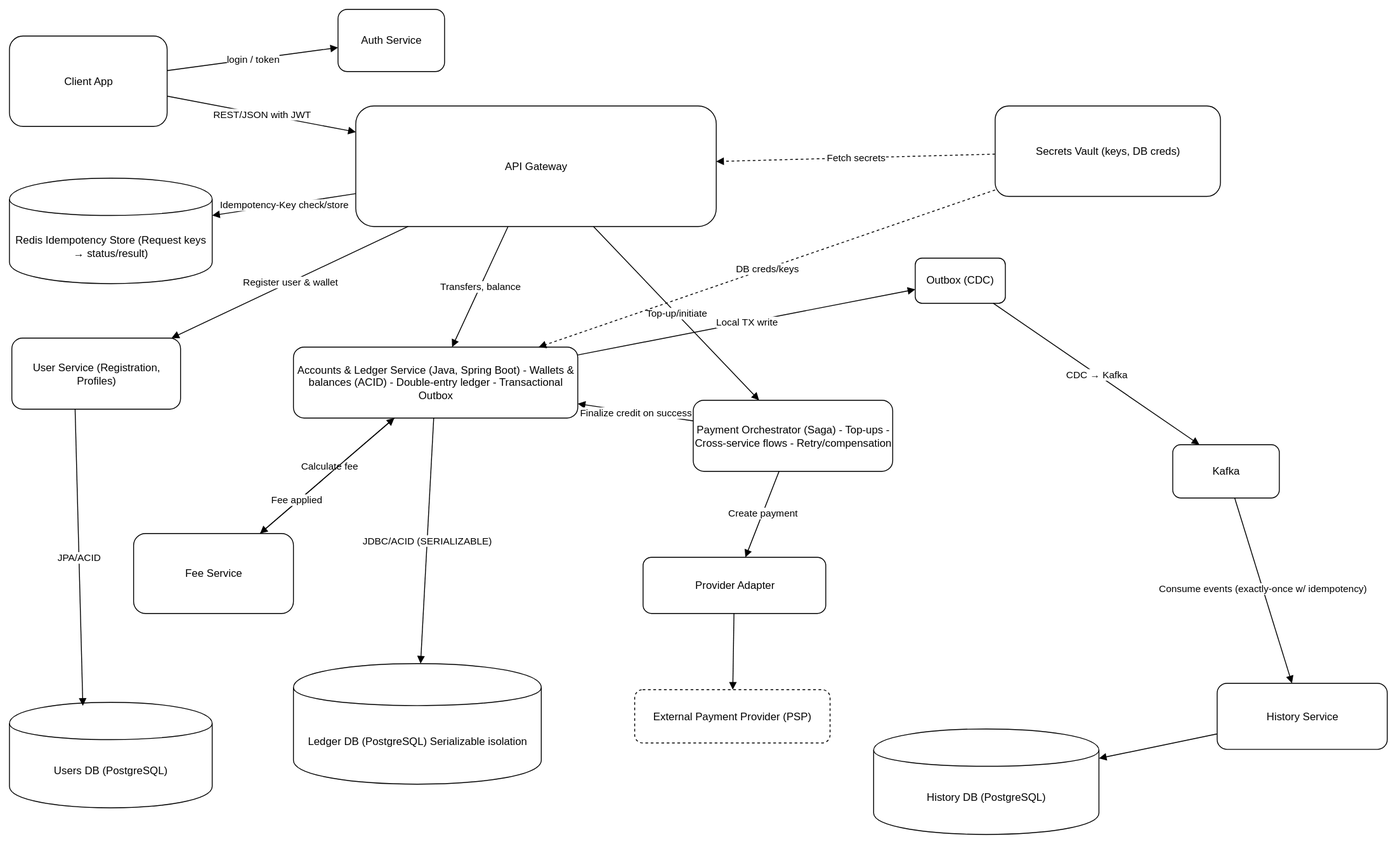
Before: payment-service.drawio.svg, a diagram exported from draw.io (Virusec/payment-system). Source tidied: cells renumbered, new cells last; positions are measured from the earlier drawing's top-left corner, leaving out a move shared by most shapes. The source it was exported from:
```xml
<mxGraphModel>
  <root>
    <mxCell id="0" />
    <mxCell id="1" style="group;rounded=1;dashed=1;arcSize=16;" parent="0" vertex="1">
      <mxGeometry x="40" y="20" width="1573.7" height="950" as="geometry" />
    </mxCell>
    <mxCell id="2" value="Client App" style="rounded=1;whiteSpace=wrap;html=1;" parent="1" vertex="1">
      <mxGeometry x="-30" y="20" width="177.6" height="101.8" as="geometry" />
    </mxCell>
    <mxCell id="3" value="Auth Service" style="rounded=1;whiteSpace=wrap;html=1;" parent="1" vertex="1">
      <mxGeometry x="340" y="-10" width="120" height="70" as="geometry" />
    </mxCell>
    <mxCell id="4" value="API Gateway" style="rounded=1;whiteSpace=wrap;html=1;" parent="1" vertex="1">
      <mxGeometry x="360" y="98.8" width="405.9" height="135.7" as="geometry" />
    </mxCell>
    <mxCell id="5" value="Redis Idempotency Store (Request keys → status/result)" style="shape=cylinder;whiteSpace=wrap;html=1;boundedLbl=1;" parent="1" vertex="1">
      <mxGeometry x="-30" y="180" width="228.3" height="118.8" as="geometry" />
    </mxCell>
    <mxCell id="6" value="User Service (Registration, Profiles)" style="rounded=1;whiteSpace=wrap;html=1;" parent="1" vertex="1">
      <mxGeometry x="-27.3" y="360" width="190" height="80" as="geometry" />
    </mxCell>
    <mxCell id="7" value="Accounts &amp; Ledger Service (Java, Spring Boot) - Wallets &amp; balances (ACID) - Double-entry ledger - Transactional Outbox" style="rounded=1;whiteSpace=wrap;html=1;" parent="1" vertex="1">
      <mxGeometry x="289.8" y="370.2" width="320.2" height="79.8" as="geometry" />
    </mxCell>
    <mxCell id="8" value="History Service" style="rounded=1;whiteSpace=wrap;html=1;" parent="1" vertex="1">
      <mxGeometry x="1330" y="748.6" width="191.6" height="74.4" as="geometry" />
    </mxCell>
    <mxCell id="9" value="Payment Orchestrator (Saga) - Top-ups - Cross-service flows - Retry/compensation" style="rounded=1;whiteSpace=wrap;html=1;" parent="1" vertex="1">
      <mxGeometry x="740" y="430" width="224.6" height="80" as="geometry" />
    </mxCell>
    <mxCell id="10" value="Fee Service" style="rounded=1;whiteSpace=wrap;html=1;" parent="1" vertex="1">
      <mxGeometry x="109.8" y="580" width="180" height="90" as="geometry" />
    </mxCell>
    <mxCell id="11" value="Provider Adapter" style="rounded=1;whiteSpace=wrap;html=1;" parent="1" vertex="1">
      <mxGeometry x="683.5" y="606.8" width="205.7" height="63.2" as="geometry" />
    </mxCell>
    <mxCell id="12" value="External Payment Provider (PSP)" style="dashed=1;rounded=1;whiteSpace=wrap;html=1;" parent="1" vertex="1">
      <mxGeometry x="674.1" y="755.8" width="220" height="60" as="geometry" />
    </mxCell>
    <mxCell id="13" value="Users DB (PostgreSQL)" style="shape=cylinder;whiteSpace=wrap;html=1;boundedLbl=1;" parent="1" vertex="1">
      <mxGeometry x="-30" y="770" width="228.3" height="118.8" as="geometry" />
    </mxCell>
    <mxCell id="14" value="Ledger DB (PostgreSQL) Serializable isolation" style="shape=cylinder;whiteSpace=wrap;html=1;boundedLbl=1;" parent="1" vertex="1">
      <mxGeometry x="289.8" y="726.4" width="279.1" height="135.7" as="geometry" />
    </mxCell>
    <mxCell id="15" value="History DB (PostgreSQL)" style="shape=cylinder;whiteSpace=wrap;html=1;boundedLbl=1;" parent="1" vertex="1">
      <mxGeometry x="943.2" y="800" width="253.7" height="118.8" as="geometry" />
    </mxCell>
    <mxCell id="16" value="Secrets Vault (keys, DB creds)" style="rounded=1;whiteSpace=wrap;html=1;" parent="1" vertex="1">
      <mxGeometry x="1080" y="98.8" width="253.7" height="101.8" as="geometry" />
    </mxCell>
    <mxCell id="17" value="Outbox (CDC)" style="rounded=1;whiteSpace=wrap;html=1;" parent="1" vertex="1">
      <mxGeometry x="990" y="270" width="101.5" height="50.9" as="geometry" />
    </mxCell>
    <mxCell id="18" value="login / token" style="endArrow=block;endFill=1;html=1;" parent="1" edge="1" source="2" target="3">
      <mxGeometry relative="1" as="geometry" />
    </mxCell>
    <mxCell id="19" value="REST/JSON with JWT" style="endArrow=block;endFill=1;html=1;" parent="1" edge="1" source="2" target="4">
      <mxGeometry relative="1" as="geometry" />
    </mxCell>
    <mxCell id="20" value="Register user &amp; wallet" style="endArrow=block;endFill=1;html=1;" parent="1" edge="1" source="4" target="6">
      <mxGeometry relative="1" as="geometry" />
    </mxCell>
    <mxCell id="21" value="Transfers, balance" style="endArrow=block;endFill=1;html=1;" parent="1" edge="1" source="4" target="7">
      <mxGeometry relative="1" as="geometry" />
    </mxCell>
    <mxCell id="22" value="Top-up/initiate" style="endArrow=block;endFill=1;html=1;" parent="1" edge="1" source="4" target="9">
      <mxGeometry relative="1" as="geometry" />
    </mxCell>
    <mxCell id="23" value="Idempotency-Key check/store" style="endArrow=block;endFill=1;html=1;" parent="1" edge="1" source="4" target="5">
      <mxGeometry relative="1" as="geometry" />
    </mxCell>
    <mxCell id="24" value="JPA/ACID" style="endArrow=block;endFill=1;html=1;exitX=0.375;exitY=1.003;exitDx=0;exitDy=0;exitPerimeter=0;entryX=0.362;entryY=0.033;entryDx=0;entryDy=0;entryPerimeter=0;" parent="1" edge="1" source="6" target="13">
      <mxGeometry relative="1" as="geometry" />
    </mxCell>
    <mxCell id="25" value="JDBC/ACID (SERIALIZABLE)" style="endArrow=block;endFill=1;html=1;" parent="1" edge="1" source="7" target="14">
      <mxGeometry relative="1" as="geometry" />
    </mxCell>
    <mxCell id="26" style="endArrow=block;endFill=1;html=1;" parent="1" edge="1" source="8" target="15">
      <mxGeometry relative="1" as="geometry" />
    </mxCell>
    <mxCell id="27" value="Create payment" style="endArrow=block;endFill=1;html=1;" parent="1" edge="1" source="9" target="11">
      <mxGeometry x="-0.01" relative="1" as="geometry" />
    </mxCell>
    <mxCell id="28" style="endArrow=block;endFill=1;html=1;" parent="1" edge="1" source="11" target="12">
      <mxGeometry relative="1" as="geometry" />
    </mxCell>
    <mxCell id="29" value="Finalize credit on success" style="endArrow=block;endFill=1;html=1;" parent="1" edge="1" source="9" target="7">
      <mxGeometry relative="1" as="geometry" />
    </mxCell>
    <mxCell id="30" value="Calculate fee" style="endArrow=block;endFill=1;html=1;" parent="1" edge="1" source="7" target="10">
      <mxGeometry x="-0.09" y="-7" relative="1" as="geometry" />
    </mxCell>
    <mxCell id="31" value="Fee applied" style="endArrow=block;endFill=1;html=1;" parent="1" edge="1" source="10" target="7">
      <mxGeometry x="-0.44" y="2" relative="1" as="geometry" />
    </mxCell>
    <mxCell id="32" value="Local TX write" style="endArrow=block;endFill=1;html=1;" parent="1" edge="1" source="7" target="17">
      <mxGeometry relative="1" as="geometry" />
    </mxCell>
    <mxCell id="33" value="CDC → Kafka" style="endArrow=block;endFill=1;html=1;entryX=0.25;entryY=0;entryDx=0;entryDy=0;" parent="1" edge="1" source="17" target="37">
      <mxGeometry relative="1" as="geometry" />
    </mxCell>
    <mxCell id="34" value="Consume events (exactly-once w/ idempotency)" style="endArrow=block;endFill=1;html=1;exitX=0.571;exitY=0.935;exitDx=0;exitDy=0;exitPerimeter=0;" parent="1" edge="1" source="37" target="8">
      <mxGeometry relative="1" as="geometry" />
    </mxCell>
    <mxCell id="35" value="Fetch secrets" style="dashed=1;endArrow=block;endFill=1;html=1;" parent="1" edge="1" source="16" target="4">
      <mxGeometry relative="1" as="geometry" />
    </mxCell>
    <mxCell id="36" value="DB creds/keys" style="dashed=1;endArrow=block;endFill=1;html=1;" parent="1" edge="1" source="16" target="7">
      <mxGeometry relative="1" as="geometry" />
    </mxCell>
    <mxCell id="37" value="Kafka" style="rounded=1;whiteSpace=wrap;html=1;" parent="1" vertex="1">
      <mxGeometry x="1280" y="480" width="120" height="60" as="geometry" />
    </mxCell>
  </root>
</mxGraphModel>
```
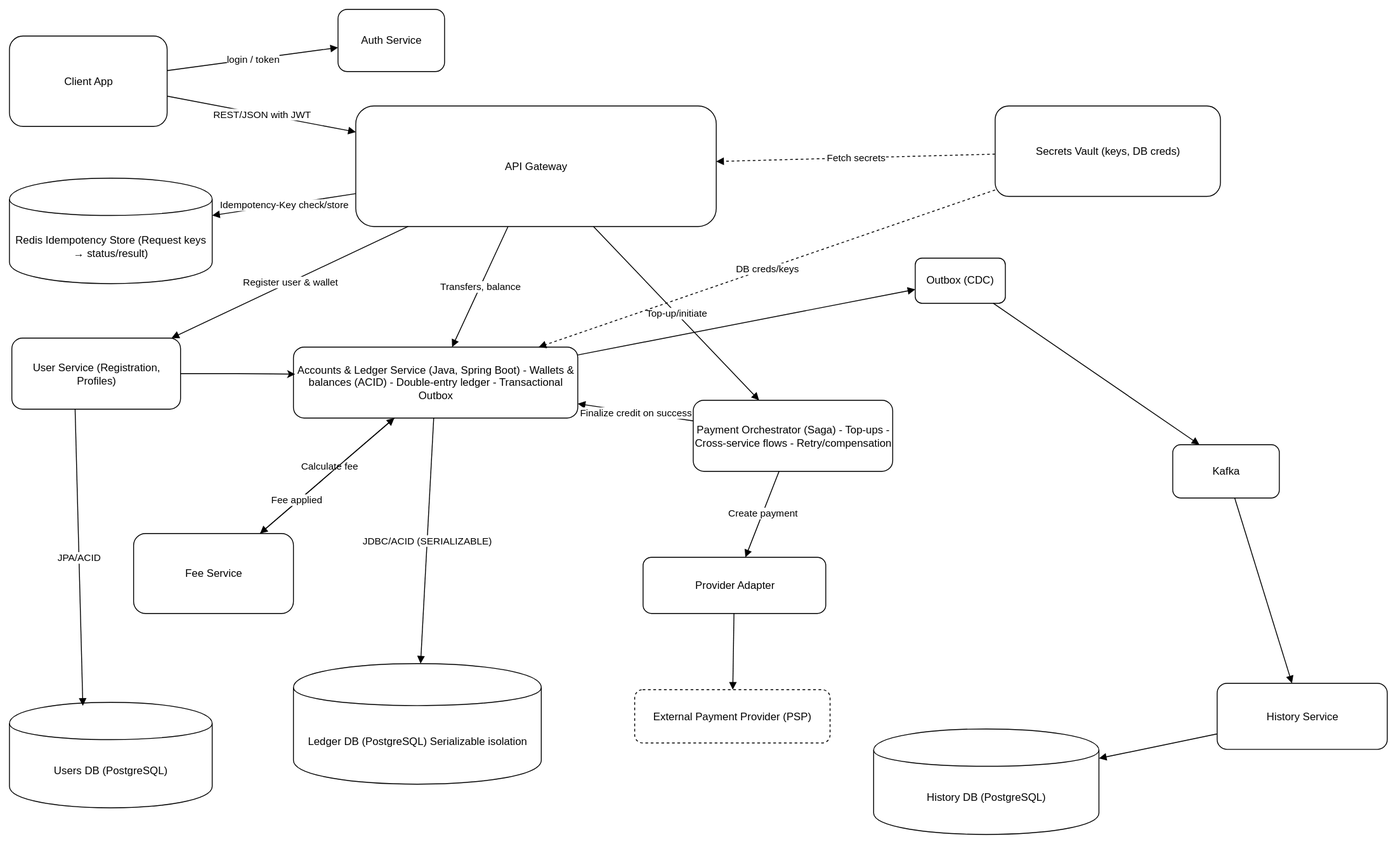
The same file after the commit.

What changed in the source:
```diff
@@ -94,13 +94,13 @@
     <mxCell id="31" value="Fee applied" style="endArrow=block;endFill=1;html=1;" parent="1" edge="1" source="10" target="7">
       <mxGeometry x="-0.44" y="2" relative="1" as="geometry" />
     </mxCell>
-    <mxCell id="32" value="Local TX write" style="endArrow=block;endFill=1;html=1;" parent="1" edge="1" source="7" target="17">
+    <mxCell id="32" style="endArrow=block;endFill=1;html=1;" parent="1" edge="1" source="7" target="17">
       <mxGeometry relative="1" as="geometry" />
     </mxCell>
-    <mxCell id="33" value="CDC → Kafka" style="endArrow=block;endFill=1;html=1;entryX=0.25;entryY=0;entryDx=0;entryDy=0;" parent="1" edge="1" source="17" target="37">
+    <mxCell id="33" style="endArrow=block;endFill=1;html=1;entryX=0.25;entryY=0;entryDx=0;entryDy=0;" parent="1" edge="1" source="17" target="37">
       <mxGeometry relative="1" as="geometry" />
     </mxCell>
-    <mxCell id="34" value="Consume events (exactly-once w/ idempotency)" style="endArrow=block;endFill=1;html=1;exitX=0.571;exitY=0.935;exitDx=0;exitDy=0;exitPerimeter=0;" parent="1" edge="1" source="37" target="8">
+    <mxCell id="34" style="endArrow=block;endFill=1;html=1;exitX=0.571;exitY=0.935;exitDx=0;exitDy=0;exitPerimeter=0;" parent="1" edge="1" source="37" target="8">
       <mxGeometry relative="1" as="geometry" />
     </mxCell>
     <mxCell id="35" value="Fetch secrets" style="dashed=1;endArrow=block;endFill=1;html=1;" parent="1" edge="1" source="16" target="4">
@@ -112,5 +112,8 @@
     <mxCell id="37" value="Kafka" style="rounded=1;whiteSpace=wrap;html=1;" parent="1" vertex="1">
       <mxGeometry x="1280" y="480" width="120" height="60" as="geometry" />
     </mxCell>
+    <mxCell id="38" style="edgeStyle=orthogonalEdgeStyle;rounded=0;jettySize=auto;html=1;entryX=0.006;entryY=0.382;entryDx=0;entryDy=0;entryPerimeter=0;" parent="1" edge="1" source="6" target="7">
+      <mxGeometry relative="1" as="geometry" />
+    </mxCell>
   </root>
 </mxGraphModel>
```
